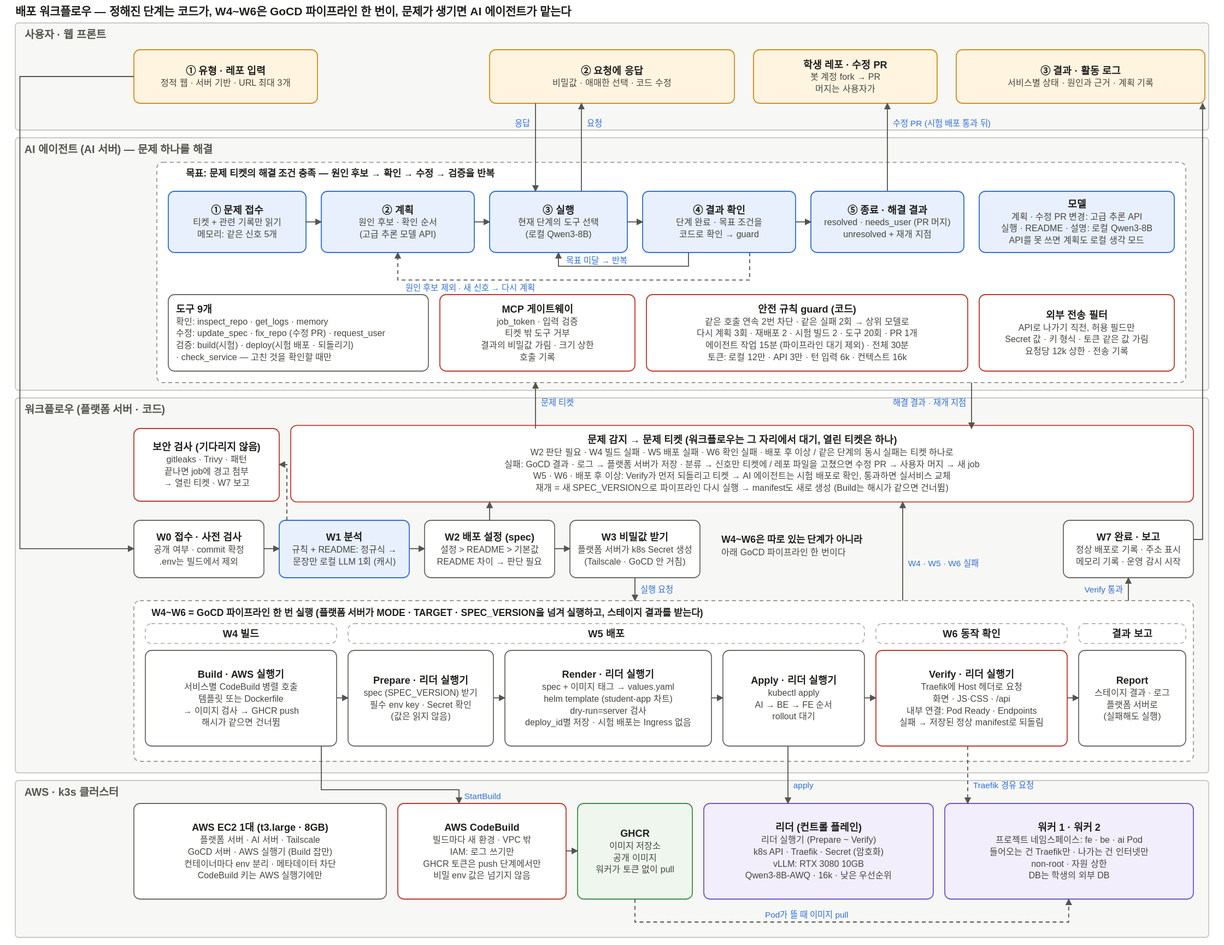
This is docs/architecture/deploy-workflow.drawio.svg from woowangthon/WOOWANGTHON_TEAM_18, a draw.io export, as it was before one commit. Source tidied: cells renumbered, new cells last; positions are measured from the earlier drawing's top-left corner, leaving out a move shared by most shapes.
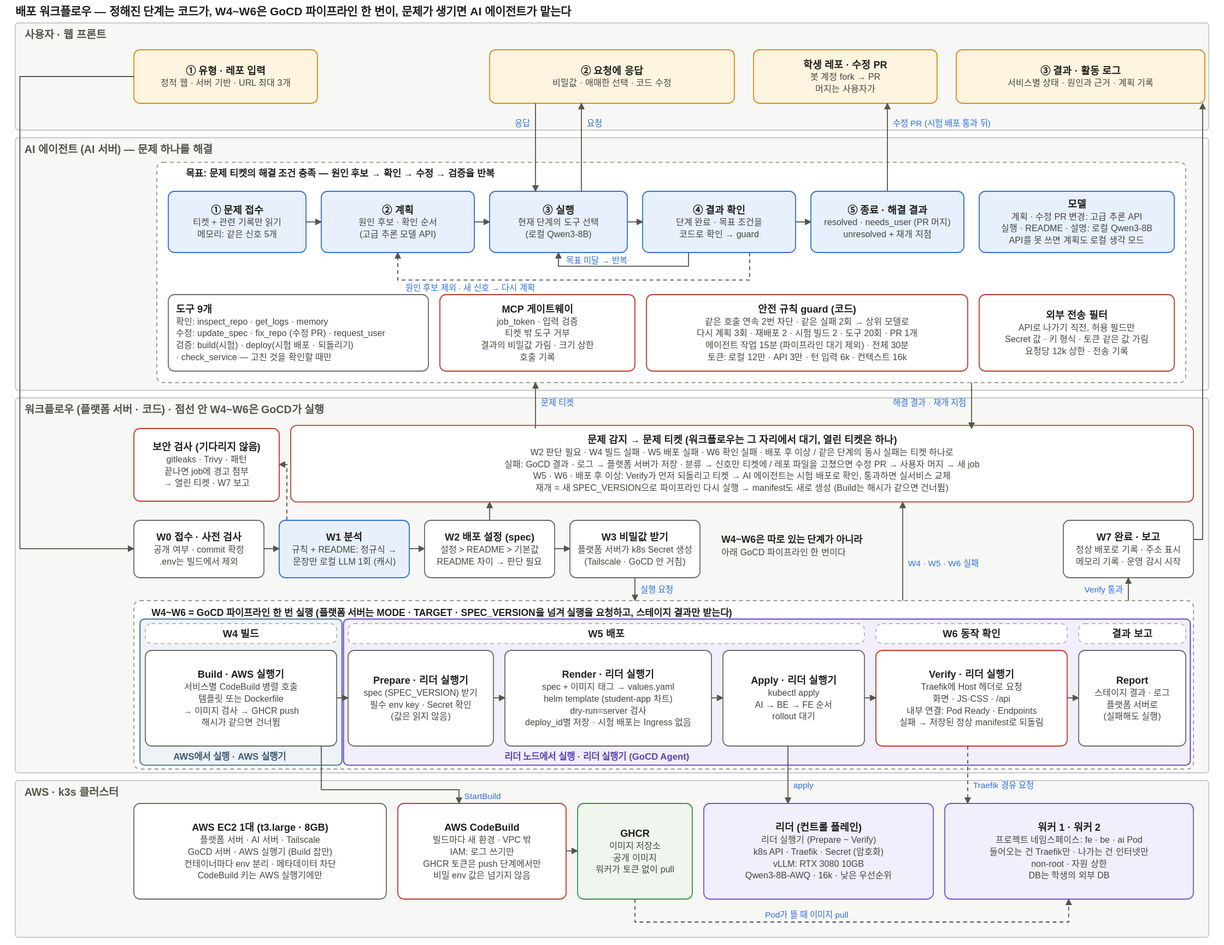
The same file after the commit.

Commit message:
docs: show where W4-W6 stages run in the deploy workflow diagram

The GoCD pipeline box sat inside the platform-server lane, so W5 looked like it ran on the backend. Group the stages by where they run: Build in an AWS box, Prepare to Report in a leader-node box drawn in the same purple as the leader below, and say in the lane title that GoCD runs W4-W6. The rendered SVG and the embedded draw.io model change together.

Claude-Session: https://claude.ai/code/session_01Ludq8QUAwiMo9a5YuxwWkB

What changed in the source:
```diff
@@ -8,7 +8,7 @@
     <mxCell id="3" value="AI 에이전트 (AI 서버) — 문제 하나를 해결" style="rounded=1;arcSize=6;whiteSpace=wrap;html=1;fillColor=#F7F7F5;strokeColor=#C9C9C4;fontFamily=Noto Sans KR;fontSize=12;verticalAlign=top;align=left;spacingLeft=10;spacingTop=4;fontStyle=1;fontSize=14;fontColor=#55554F;arcSize=2;" parent="1" vertex="1">
       <mxGeometry y="150" width="1560" height="330" as="geometry" />
     </mxCell>
-    <mxCell id="4" value="워크플로우 (플랫폼 서버 · 코드)" style="rounded=1;arcSize=6;whiteSpace=wrap;html=1;fillColor=#F7F7F5;strokeColor=#C9C9C4;fontFamily=Noto Sans KR;fontSize=12;verticalAlign=top;align=left;spacingLeft=10;spacingTop=4;fontStyle=1;fontSize=14;fontColor=#55554F;arcSize=2;" parent="1" vertex="1">
+    <mxCell id="4" value="워크플로우 (플랫폼 서버 · 코드) · 점선 안 W4~W6은 GoCD가 실행" style="rounded=1;arcSize=6;whiteSpace=wrap;html=1;fillColor=#F7F7F5;strokeColor=#C9C9C4;fontFamily=Noto Sans KR;fontSize=12;verticalAlign=top;align=left;spacingLeft=10;spacingTop=4;fontStyle=1;fontSize=14;fontColor=#55554F;arcSize=2;" parent="1" vertex="1">
       <mxGeometry y="490" width="1560" height="490" as="geometry" />
     </mxCell>
     <mxCell id="5" value="AWS · k3s 클러스터" style="rounded=1;arcSize=6;whiteSpace=wrap;html=1;fillColor=#F7F7F5;strokeColor=#C9C9C4;fontFamily=Noto Sans KR;fontSize=12;verticalAlign=top;align=left;spacingLeft=10;spacingTop=4;fontStyle=1;fontSize=14;fontColor=#55554F;arcSize=2;" parent="1" vertex="1">
@@ -81,8 +81,20 @@
       <mxGeometry x="1370" y="650" width="170" height="75" as="geometry" />
     </mxCell>
     <mxCell id="28" style="rounded=1;arcSize=6;whiteSpace=wrap;html=1;fillColor=#FFFFFF;strokeColor=#9A9A94;fontFamily=Noto Sans KR;fontSize=12;dashed=1;" parent="1" vertex="1">
-      <mxGeometry x="155" y="755" width="1385" height="210" as="geometry" />
+      <mxGeometry x="155" y="755" width="1385" height="220" as="geometry" />
     </mxCell>
+    <mxCell id="78" style="rounded=1;arcSize=4;whiteSpace=wrap;html=1;fillColor=#EEF3F8;strokeColor=#5B7A99;strokeWidth=1.6;" parent="1" vertex="1">
+      <mxGeometry x="163" y="779" width="264" height="191" as="geometry" />
+    </mxCell>
+    <mxCell id="79" style="rounded=1;arcSize=2;whiteSpace=wrap;html=1;fillColor=#F2EEFB;strokeColor=#6E56CF;strokeWidth=1.6;" parent="1" vertex="1">
+      <mxGeometry x="429" y="779" width="1107" height="191" as="geometry" />
+    </mxCell>
+    <mxCell id="80" value="&lt;b&gt;AWS에서 실행 · AWS 실행기&lt;/b&gt;" style="text;html=1;fontFamily=Noto Sans KR;fontSize=12;align=center;verticalAlign=middle;fontColor=#3F5A75;" parent="1" vertex="1">
+      <mxGeometry x="180" y="948" width="200" height="20" as="geometry" />
+    </mxCell>
+    <mxCell id="81" value="&lt;b&gt;리더 노드에서 실행 · 리더 실행기 (GoCD Agent)&lt;/b&gt;" style="text;html=1;fontFamily=Noto Sans KR;fontSize=12;align=center;verticalAlign=middle;fontColor=#5A43B5;" parent="1" vertex="1">
+      <mxGeometry x="580" y="948" width="360" height="20" as="geometry" />
+    </mxCell>
     <mxCell id="29" value="&lt;b&gt;W4 빌드&lt;/b&gt;" style="rounded=1;arcSize=6;whiteSpace=wrap;html=1;fillColor=#FFFFFF;strokeColor=#B5B5AF;fontFamily=Noto Sans KR;fontSize=12;dashed=1;" parent="1" vertex="1">
       <mxGeometry x="170" y="785" width="250" height="26" as="geometry" />
     </mxCell>
@@ -131,7 +143,7 @@
     <mxCell id="44" value="&lt;b&gt;목표: 문제 티켓의 해결 조건 충족 — 원인 후보 → 확인 → 수정 → 검증을 반복&lt;/b&gt;&lt;br&gt;" style="text;html=1;fontFamily=Noto Sans KR;fontSize=12;align=left;verticalAlign=top;" parent="1" vertex="1">
       <mxGeometry x="215" y="185" width="450" height="22" as="geometry" />
     </mxCell>
-    <mxCell id="45" value="&lt;b&gt;W4~W6 = GoCD 파이프라인 한 번 실행 (플랫폼 서버가 MODE · TARGET · SPEC_VERSION을 넘겨 실행하고, 스테이지 결과를 받는다)&lt;/b&gt;&lt;br&gt;" style="text;html=1;fontFamily=Noto Sans KR;fontSize=12;align=left;verticalAlign=top;" parent="1" vertex="1">
+    <mxCell id="45" value="&lt;b&gt;W4~W6 = GoCD 파이프라인 한 번 실행 (플랫폼 서버는 MODE · TARGET · SPEC_VERSION을 넘겨 실행을 요청하고, 스테이지 결과만 받는다)&lt;/b&gt;&lt;br&gt;" style="text;html=1;fontFamily=Noto Sans KR;fontSize=12;align=left;verticalAlign=top;" parent="1" vertex="1">
       <mxGeometry x="170" y="759" width="1100" height="22" as="geometry" />
     </mxCell>
     <mxCell id="46" value="&lt;b&gt;W4~W6은 따로 있는 단계가 아니라&lt;/b&gt;&lt;br&gt;아래 GoCD 파이프라인 한 번이다" style="text;html=1;fontFamily=Noto Sans KR;fontSize=12;align=left;verticalAlign=top;" parent="1" vertex="1">
```
